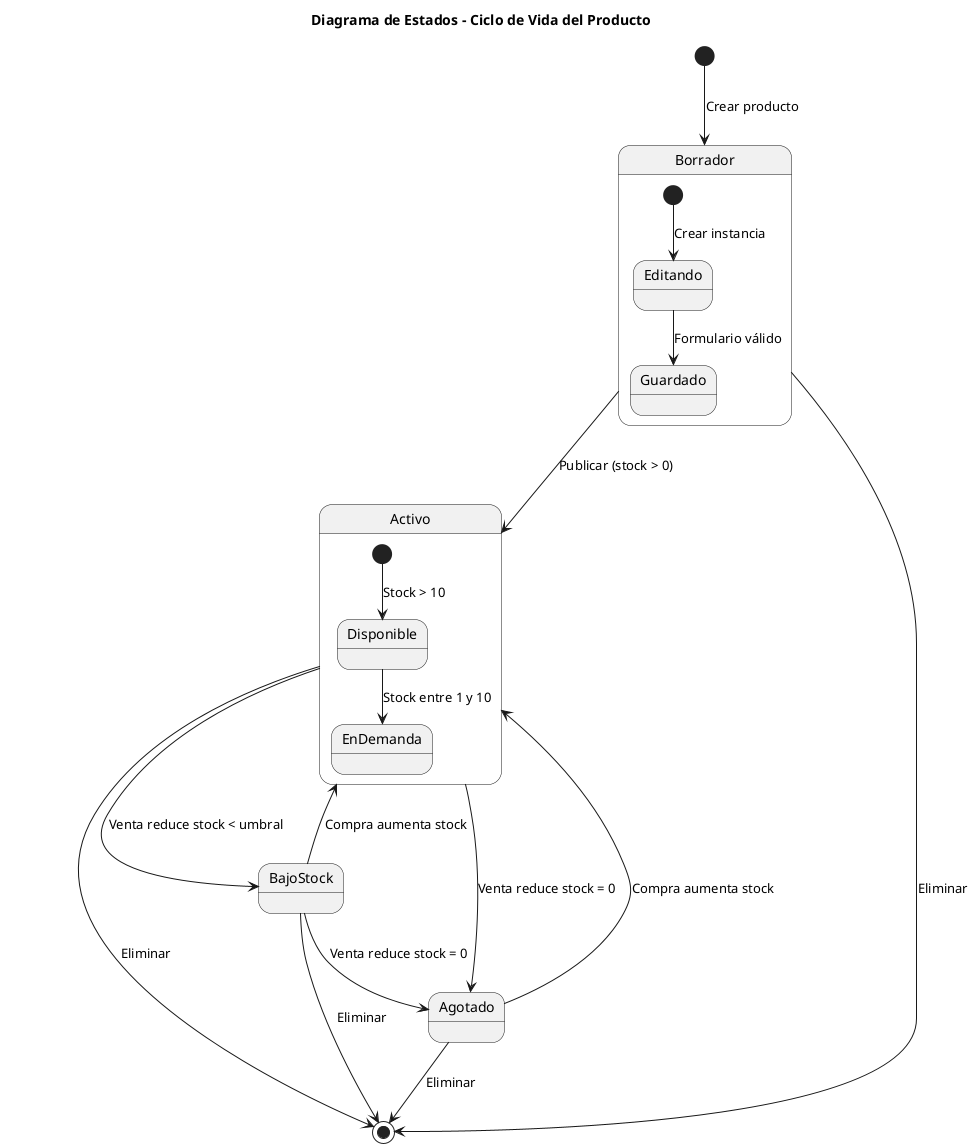
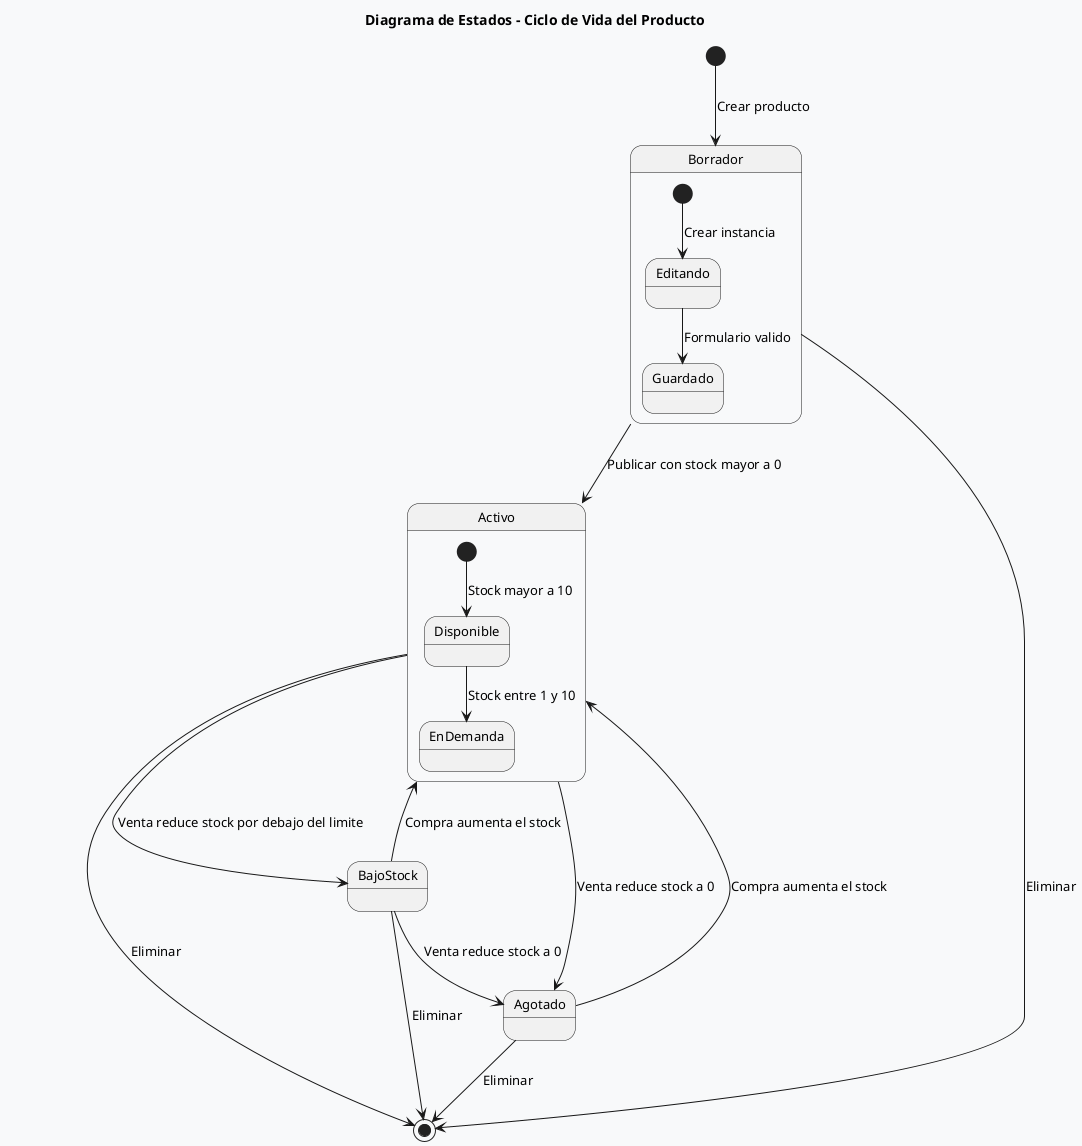
@startuml
title Diagrama de Estados - Ciclo de Vida del Producto
+ skinparam defaultFontSize 13
+ skinparam backgroundColor #F8F9FA

[*] --> Borrador : Crear producto

- Borrador --> Activo : Publicar (stock > 0)
+ Borrador --> Activo : Publicar con stock mayor a 0
Borrador --> [*] : Eliminar

- Activo --> BajoStock : Venta reduce stock < umbral
- Activo --> Agotado : Venta reduce stock = 0
+ Activo --> BajoStock : Venta reduce stock por debajo del limite
+ Activo --> Agotado : Venta reduce stock a 0
Activo --> [*] : Eliminar

- BajoStock --> Activo : Compra aumenta stock
- BajoStock --> Agotado : Venta reduce stock = 0
+ BajoStock --> Activo : Compra aumenta el stock
+ BajoStock --> Agotado : Venta reduce stock a 0
BajoStock --> [*] : Eliminar

- Agotado --> Activo : Compra aumenta stock
+ Agotado --> Activo : Compra aumenta el stock
Agotado --> [*] : Eliminar

state Borrador {
  [*] --> Editando : Crear instancia
-   Editando --> Guardado : Formulario válido
+   Editando --> Guardado : Formulario valido
}

state Activo {
-   [*] --> Disponible : Stock > 10
+   [*] --> Disponible : Stock mayor a 10
  Disponible --> EnDemanda : Stock entre 1 y 10
}

@enduml
